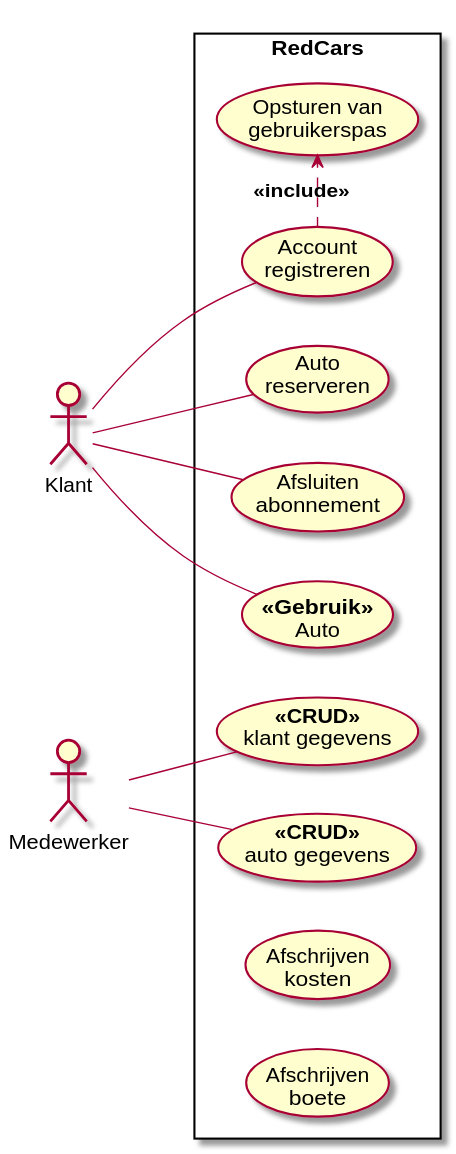
This is diagrams/export/use_case/use_case_diagram.svg from LukevLuijn/osm_mo_casus, a PlantUML export, as it was before one commit. The source it was exported from:
```plantuml
@startuml

left to right direction

rectangle SystemBoundery as "RedCars"{
    usecase accountRegisteren       as "Account\nregistreren"
    usecase autoReserveren          as "Auto\nreserveren"
    usecase abonnementAfsluiten     as "Afsluiten\nabonnement"
    usecase autoGebruik             as "**<<Gebruik>>**\nAuto"
    usecase opsturenGebruikerspas   as "Opsturen van\ngebruikerspas"
    usecase beherenKlantGegevens    as "**<<CRUD>>**\nklant gegevens"
    usecase beherenAutoGegevens     as "**<<CRUD>>**\nauto gegevens"

    usecase afschrijvenKosten as "Afschrijven\nkosten"
    usecase afschrijvenBoete  as "Afschrijven\nboete"

    accountRegisteren .right.> opsturenGebruikerspas : **<<include>>**
}

actor klant as "Klant"
actor medewerker as "Medewerker"

klant -- accountRegisteren
klant -- autoReserveren
klant -- autoGebruik
klant -- abonnementAfsluiten

medewerker -- beherenAutoGegevens
medewerker -- beherenKlantGegevens

@enduml
```
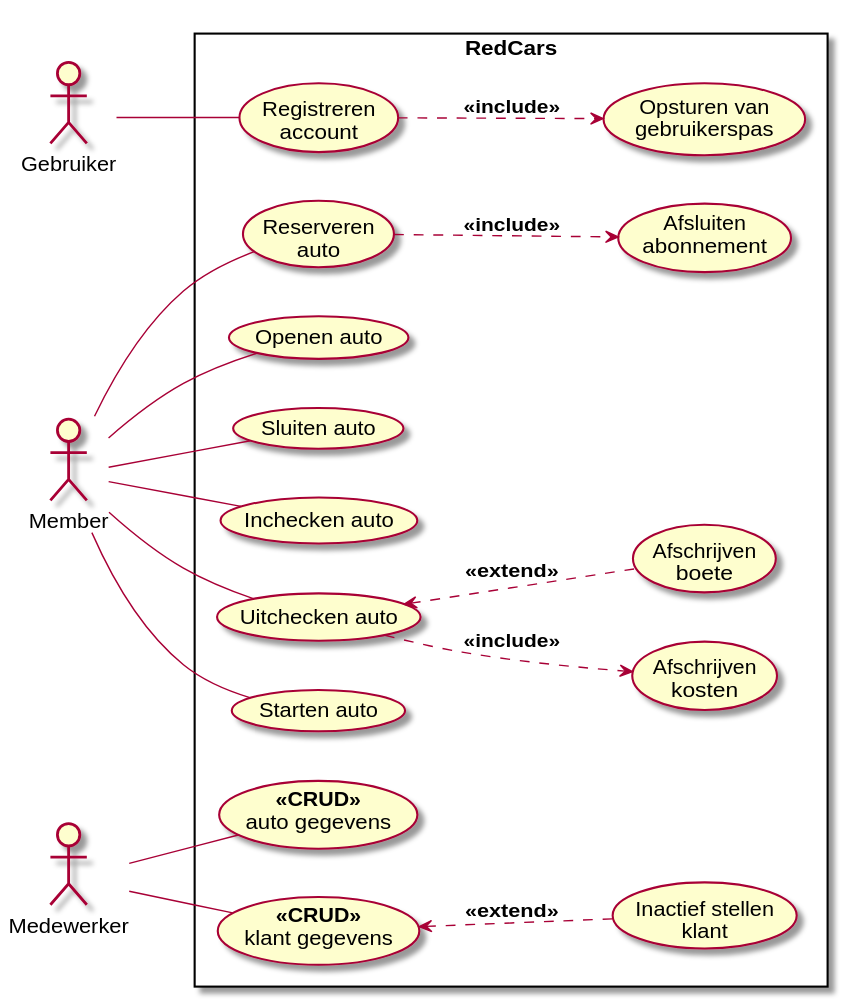
After the commit.

Commit message:
[osmm] diagram updates

Change to the diagram source:
```diff
@@ -3,29 +3,47 @@
 left to right direction
 
 rectangle SystemBoundery as "RedCars"{
-    usecase accountRegisteren       as "Account\nregistreren"
-    usecase autoReserveren          as "Auto\nreserveren"
+    usecase accountRegisteren       as "Registreren\naccount"
+    usecase opsturenGebruikerspas   as "Opsturen van\ngebruikerspas"
+    usecase autoReserveren          as "Reserveren\nauto"
     usecase abonnementAfsluiten     as "Afsluiten\nabonnement"
-    usecase autoGebruik             as "**<<Gebruik>>**\nAuto"
-    usecase opsturenGebruikerspas   as "Opsturen van\ngebruikerspas"
-    usecase beherenKlantGegevens    as "**<<CRUD>>**\nklant gegevens"
-    usecase beherenAutoGegevens     as "**<<CRUD>>**\nauto gegevens"
+
+    accountRegisteren   .down.> opsturenGebruikerspas : **<<include>>**
+    autoReserveren      .down.> abonnementAfsluiten : **<<include>>**
+
+    usecase autoOpenen      as "Openen auto"
+    usecase autoSluiten     as "Sluiten auto"
+    usecase autoInchecken   as "Inchecken auto"
+    usecase autoUitchecken  as "Uitchecken auto"
+    usecase autoStarten     as "Starten auto"
 
     usecase afschrijvenKosten as "Afschrijven\nkosten"
     usecase afschrijvenBoete  as "Afschrijven\nboete"
 
-    accountRegisteren .right.> opsturenGebruikerspas : **<<include>>**
+    autoUitchecken ..> afschrijvenKosten    : **<<include>>**
+    autoUitchecken <.. afschrijvenBoete     : **<<extend>>**
+
+    usecase beherenAutoGegevens     as "**<<CRUD>>**\nauto gegevens"
+    usecase beherenKlantGegevens    as "**<<CRUD>>**\nklant gegevens"
+    usecase klantInactief           as "Inactief stellen\nklant"
+
+    beherenKlantGegevens <.. klantInactief : **<<extend>>**
 }
 
-actor klant as "Klant"
+actor klant as "Gebruiker"
+actor member as "Member"
 actor medewerker as "Medewerker"
 
 klant -- accountRegisteren
-klant -- autoReserveren
-klant -- autoGebruik
-klant -- abonnementAfsluiten
 
 medewerker -- beherenAutoGegevens
 medewerker -- beherenKlantGegevens
 
+member -- autoReserveren
+member -- autoOpenen
+member -- autoSluiten
+member -- autoInchecken
+member -- autoUitchecken
+member -- autoStarten
+
 @enduml
```
